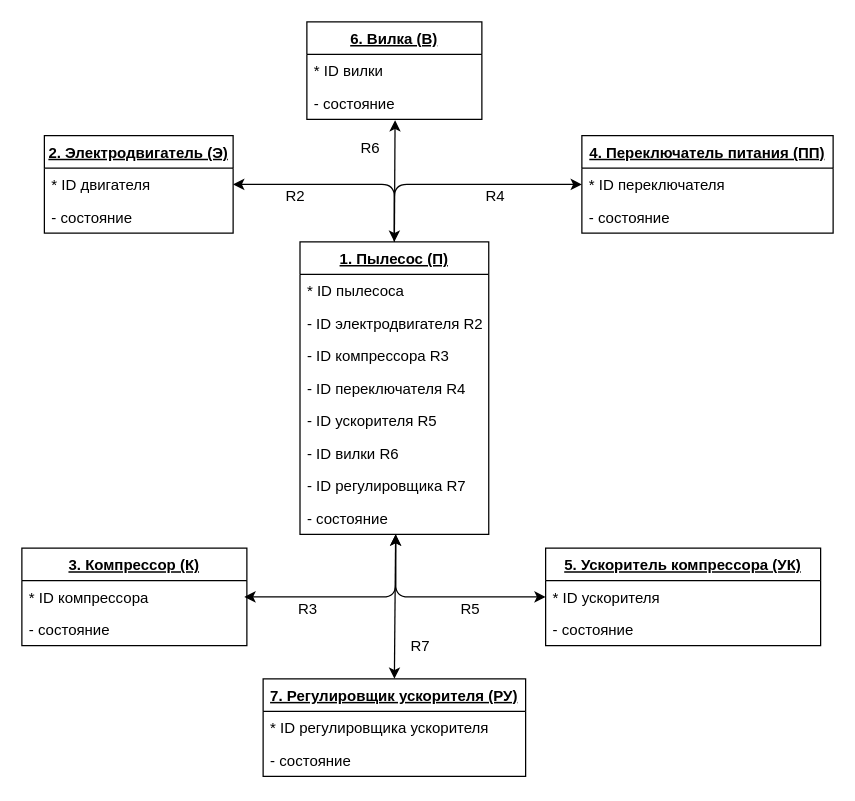
Before: page "ИМ" (1 of 5) of OOP/Lab_05/vacuum_cleaner.drawio in Yokud/4_sem_SE, a draw.io diagram. Source tidied: cells renumbered, new cells numbered last; positions are measured from the earlier drawing's top-left corner, leaving out a move shared by most shapes. Both pictures are drawn from the tidied source at 125%, with x=0, y=0 at pixel (21, 21).
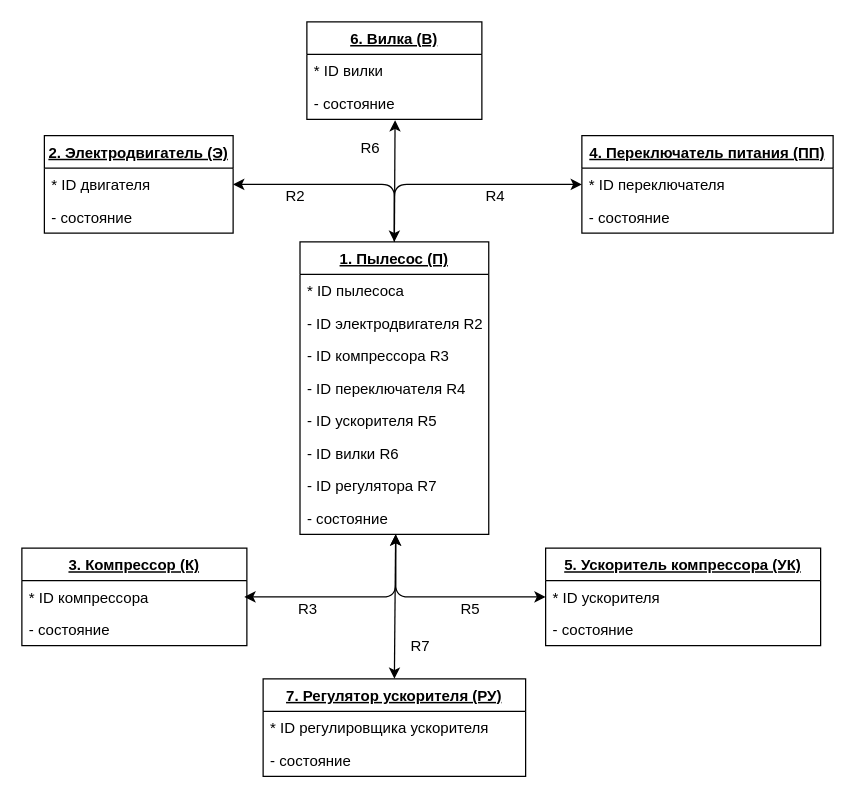
Above is the later version.

The change refers to these unchanged cells:
```xml
<mxCell id="2" value="1. Пылесос (П)" style="swimlane;fontStyle=5;horizontal=1;startSize=26;" parent="1" vertex="1">
  <mxGeometry x="222.5" y="176" width="151" height="234" as="geometry" />
</mxCell>
```

The edit, as a diff of the source:
```diff
@@
-    <mxCell id="9" value="- ID регулировщика R7" style="text;strokeColor=none;fillColor=none;align=left;verticalAlign=top;spacingLeft=4;spacingRight=4;overflow=hidden;" parent="2" vertex="1">
+    <mxCell id="9" value="- ID регулятора R7" style="text;strokeColor=none;fillColor=none;align=left;verticalAlign=top;spacingLeft=4;spacingRight=4;overflow=hidden;" parent="2" vertex="1">
       <mxGeometry y="182" width="151" height="26" as="geometry" />
     </mxCell>
@@
-    <mxCell id="33" value="7. Регулировщик ускорителя (РУ)" style="swimlane;fontStyle=5;horizontal=1;startSize=26;" parent="1" vertex="1">
+    <mxCell id="33" value="7. Регулятор ускорителя (РУ)" style="swimlane;fontStyle=5;horizontal=1;startSize=26;" parent="1" vertex="1">
       <mxGeometry x="193" y="525.5" width="210" height="78" as="geometry" />
     </mxCell>
```
